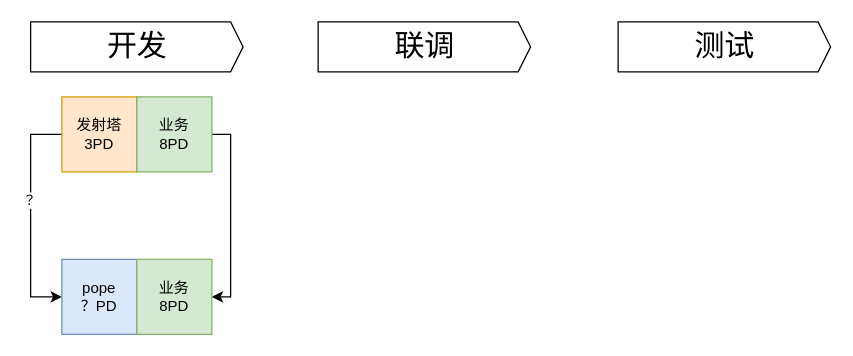
jankin3/study-docs keeps this draw.io diagram as 未命名绘图.drawio. Above is the earlier version. Source tidied: cells renumbered, new cells numbered last; positions are measured from the earlier drawing's top-left corner, leaving out a move shared by most shapes. Both pictures are drawn from the tidied source at 125%, with x=0, y=0 at pixel (30, 21).
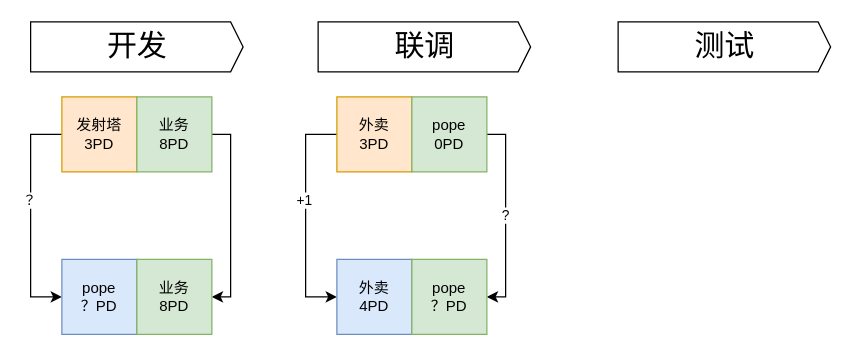
Above is the later version.

The edit, as a diff of the source:
```diff
@@
+    <mxCell id="12" style="edgeStyle=elbowEdgeStyle;rounded=0;jettySize=auto;html=1;entryX=0;entryY=0.5;entryDx=0;entryDy=0;" parent="1" edge="1" source="14" target="17">
+      <mxGeometry relative="1" as="geometry">
+        <Array as="points">
+          <mxPoint x="220" y="150" />
+        </Array>
+      </mxGeometry>
+    </mxCell>
+    <mxCell id="13" value="+1" style="edgeLabel;html=1;align=center;verticalAlign=middle;" parent="12" vertex="1">
+      <mxGeometry x="-0.14" y="-2" relative="1" as="geometry" />
+    </mxCell>
+    <mxCell id="14" value="外卖&lt;div&gt;3PD&lt;/div&gt;" style="rounded=0;whiteSpace=wrap;html=1;fillColor=#ffe6cc;strokeColor=#d79b00;" parent="1" vertex="1">
+      <mxGeometry x="245" y="60" width="60" height="60" as="geometry" />
+    </mxCell>
+    <mxCell id="15" value="?" style="edgeStyle=elbowEdgeStyle;rounded=0;jettySize=auto;html=1;exitX=1;exitY=0.5;exitDx=0;exitDy=0;entryX=1;entryY=0.5;entryDx=0;entryDy=0;elbow=vertical;" parent="1" edge="1" source="16" target="18">
+      <mxGeometry relative="1" as="geometry">
+        <Array as="points">
+          <mxPoint x="380" y="150" />
+        </Array>
+      </mxGeometry>
+    </mxCell>
+    <mxCell id="16" value="pope&lt;div&gt;0PD&lt;/div&gt;" style="rounded=0;whiteSpace=wrap;html=1;fillColor=#d5e8d4;strokeColor=#82b366;" parent="1" vertex="1">
+      <mxGeometry x="305" y="60" width="60" height="60" as="geometry" />
+    </mxCell>
+    <mxCell id="17" value="外卖&lt;div&gt;4PD&lt;/div&gt;" style="rounded=0;whiteSpace=wrap;html=1;fillColor=#dae8fc;strokeColor=#6c8ebf;" parent="1" vertex="1">
+      <mxGeometry x="245" y="190" width="60" height="60" as="geometry" />
+    </mxCell>
+    <mxCell id="18" value="pope&lt;div&gt;？PD&lt;/div&gt;" style="rounded=0;whiteSpace=wrap;html=1;fillColor=#d5e8d4;strokeColor=#82b366;" parent="1" vertex="1">
+      <mxGeometry x="305" y="190" width="60" height="60" as="geometry" />
+    </mxCell>
```
